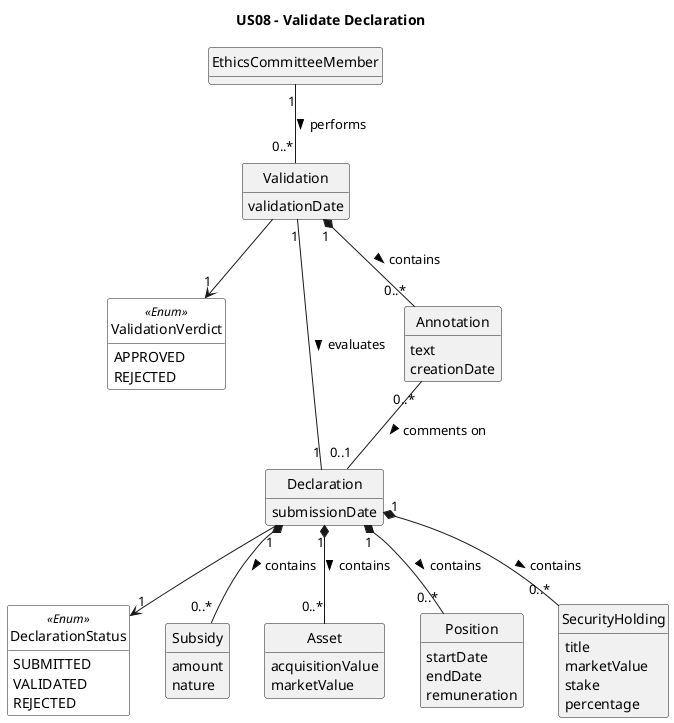
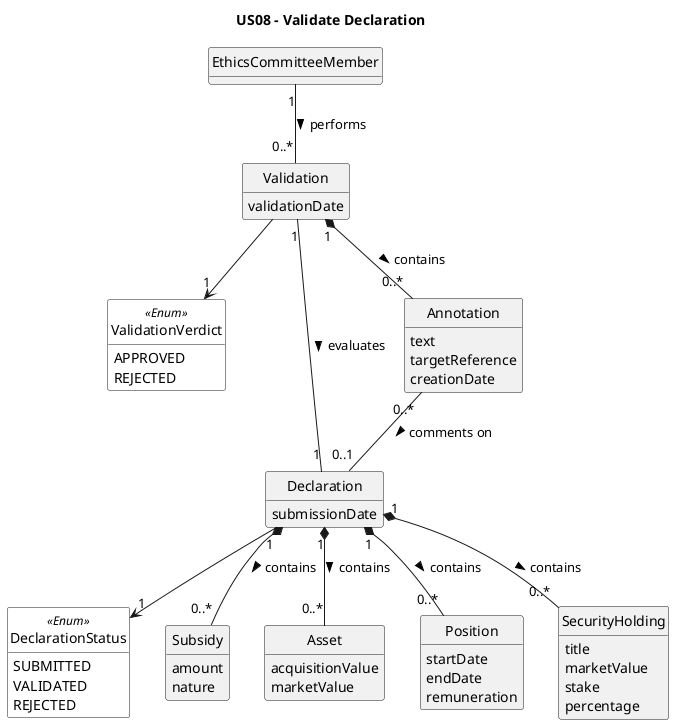
@startuml
title US08 - Validate Declaration
skinparam monochrome true
skinparam packageStyle rectangle
skinparam shadowing false
skinparam classAttributeIconSize 0
hide circle
hide methods

skinparam class {
    BackgroundColor<<Abstract>> White
    BackgroundColor<<Enum>> White
}

enum DeclarationStatus << Enum >> {
  SUBMITTED
  VALIDATED
  REJECTED
}

enum ValidationVerdict << Enum >> {
  APPROVED
  REJECTED
}

class EthicsCommitteeMember {
}

class Declaration {
    submissionDate
}

class Validation {
    validationDate
}

class Annotation {
    text
+     targetReference
    creationDate
}

class Subsidy {
    amount
    nature
}

class Asset {
    acquisitionValue
    marketValue
}

class Position {
    startDate
    endDate
    remuneration
}

class SecurityHolding {
    title
    marketValue
    stake
    percentage
}

EthicsCommitteeMember "1" -- "0..*" Validation : performs >
Validation "1" -- "1" Declaration : evaluates >
Validation --> "1" ValidationVerdict
Declaration --> "1" DeclarationStatus

Declaration "1" *-- "0..*" Subsidy : contains >
Declaration "1" *-- "0..*" Asset : contains >
Declaration "1" *-- "0..*" Position : contains >
Declaration "1" *-- "0..*" SecurityHolding : contains >

Validation "1" *-- "0..*" Annotation : contains >
Annotation "0..*" -- "0..1" Declaration : comments on >

- @enduml+ @enduml
